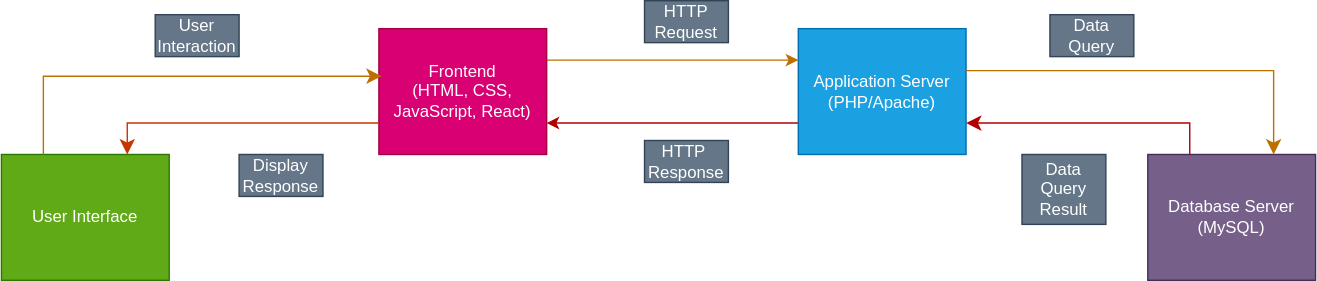
This is proposal/submission/sec01/Systema/blockdiagram.svg from drshahizan/software-engineering, a draw.io export, as it was before one commit. Source tidied: cells renumbered, new cells last; positions are measured from the earlier drawing's top-left corner, leaving out a move shared by most shapes.
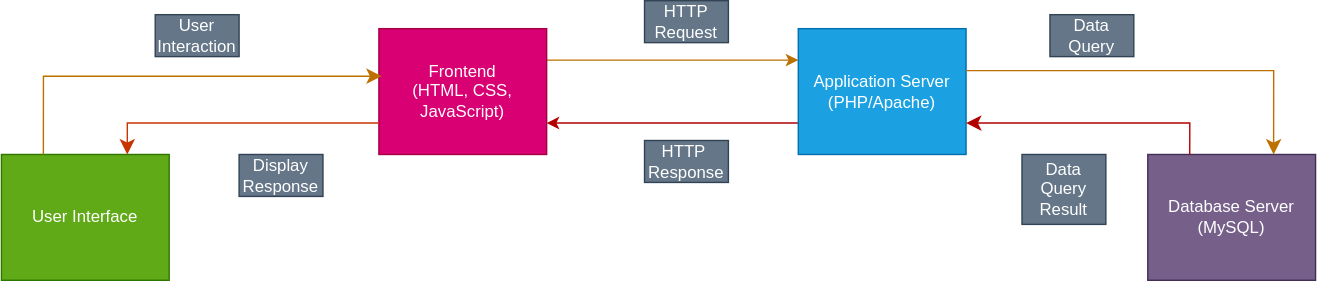
The same diagram one commit later.

Diff of the diagram source:
```diff
@@ -8,7 +8,7 @@
     <mxCell id="3" style="edgeStyle=none;html=1;exitX=1;exitY=0.25;exitDx=0;exitDy=0;entryX=0;entryY=0.25;entryDx=0;entryDy=0;fillColor=#f0a30a;strokeColor=#BD7000;" parent="1" edge="1" source="4" target="6">
       <mxGeometry relative="1" as="geometry" />
     </mxCell>
-    <mxCell id="4" value="Frontend&lt;br&gt;(HTML, CSS, JavaScript, React)" style="rounded=0;whiteSpace=wrap;html=1;fillColor=#d80073;strokeColor=#A50040;fontColor=#ffffff;" parent="1" vertex="1">
+    <mxCell id="4" value="Frontend&lt;br&gt;(HTML, CSS, JavaScript)" style="rounded=0;whiteSpace=wrap;html=1;fillColor=#d80073;strokeColor=#A50040;fontColor=#ffffff;" parent="1" vertex="1">
       <mxGeometry x="270" y="20" width="120" height="90" as="geometry" />
     </mxCell>
     <mxCell id="5" style="edgeStyle=none;html=1;exitX=0;exitY=0.75;exitDx=0;exitDy=0;entryX=1;entryY=0.75;entryDx=0;entryDy=0;fillColor=#e51400;strokeColor=#B20000;" parent="1" edge="1" source="6" target="4">
```
